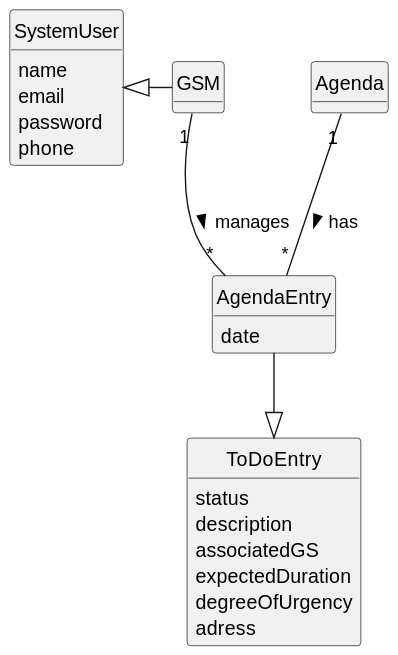
Departamento-de-Engenharia-Informatica/lei-24-s2-1do-g164 keeps this PlantUML diagram as docs/sprintC/us025/02.analysis/svg/us025-domain-model.svg. Above is the earlier version.
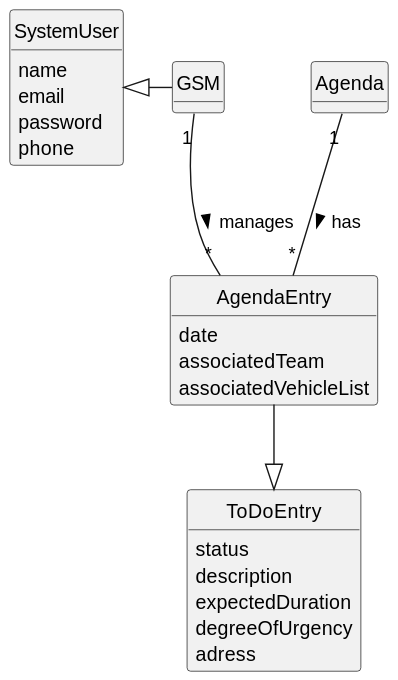
The same file after the commit.

Change to the diagram source:
```diff
@@ -28,13 +28,13 @@
 
 class AgendaEntry {
     date
-
+    associatedTeam
+    associatedVehicleList
 }
 
 class ToDoEntry {
         status
         description
-        associatedGS
         expectedDuration
         degreeOfUrgency
         adress
```
